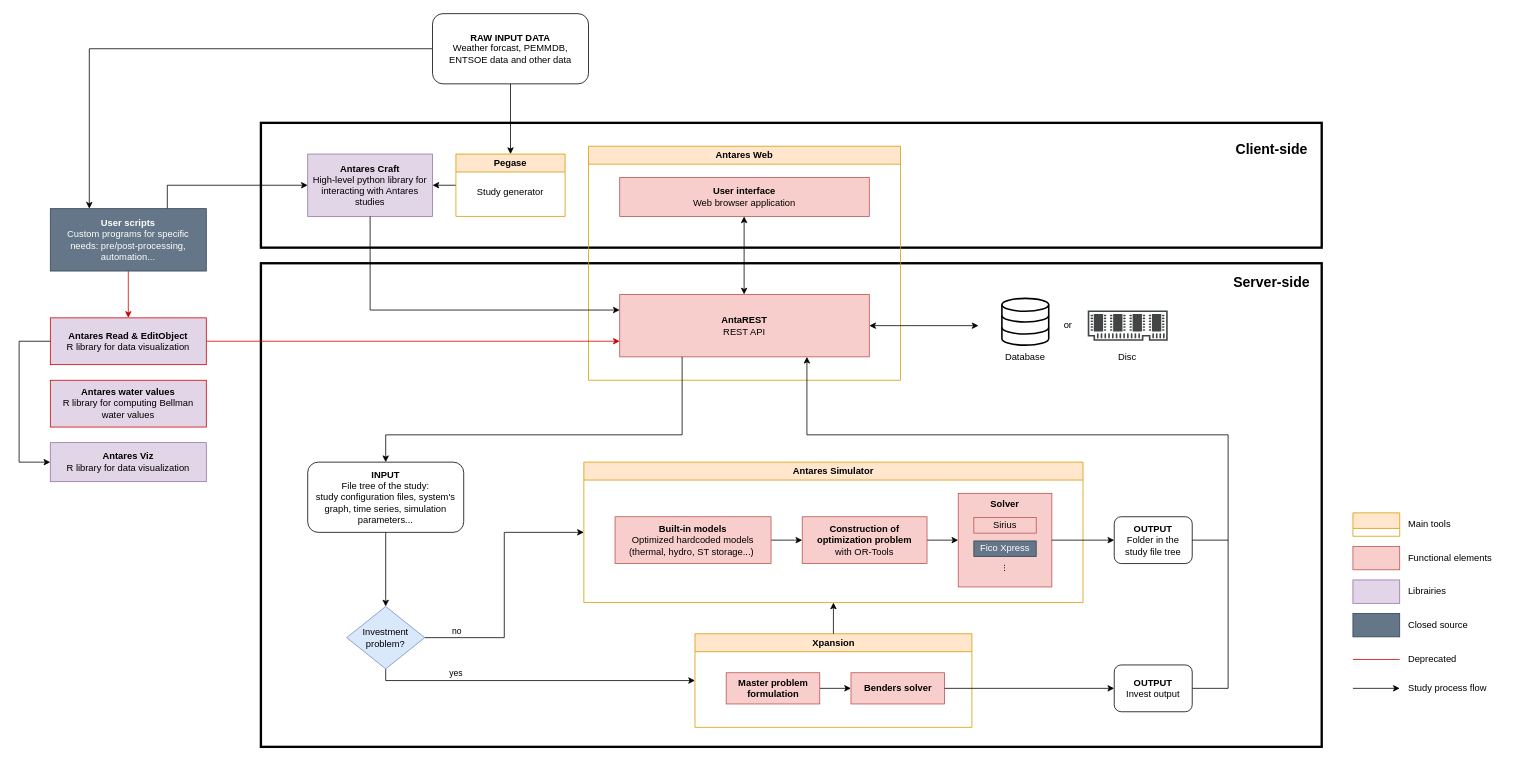
Earlier version of the draw.io diagram docs/assets/diagrams/architecture/base.drawio (AntaresSimulatorTeam/antares-doc). Source tidied: cells renumbered, new cells numbered last; positions are measured from the earlier drawing's top-left corner, leaving out a move shared by most shapes. Both pictures are drawn from the tidied source at 78%, with x=0, y=0 at pixel (19, 13).
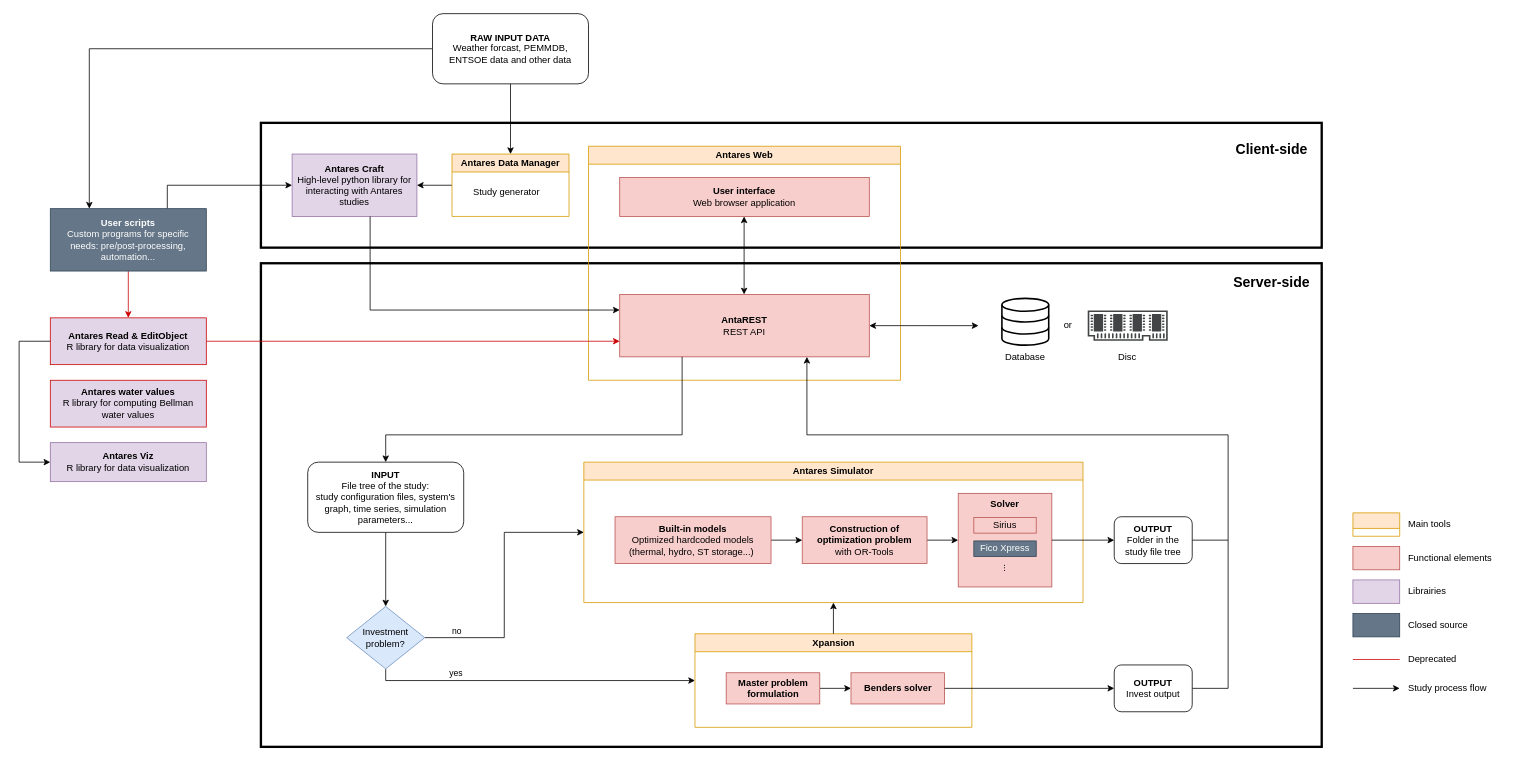
The same diagram, later.

The edit, as a diff of the source:
```diff
@@
     <mxCell id="47" value="&lt;b&gt;Antares Craft&lt;/b&gt;&lt;div&gt;High-level python library for interacting with Antares studies&lt;/div&gt;" style="rounded=0;whiteSpace=wrap;html=1;spacingLeft=5;spacingRight=5;fillColor=#e1d5e7;strokeColor=#9673a6;" parent="1" vertex="1">
-      <mxGeometry x="370" y="180" width="160" height="80" as="geometry" />
+      <mxGeometry x="350" y="180" width="160" height="80" as="geometry" />
     </mxCell>
-    <mxCell id="48" style="edgeStyle=orthogonalEdgeStyle;rounded=0;jettySize=auto;html=1;entryX=1;entryY=0.5;entryDx=0;entryDy=0;" parent="1" edge="1" target="47">
-      <mxGeometry relative="1" as="geometry">
-        <mxPoint x="560" y="220" as="sourcePoint" />
-      </mxGeometry>
-    </mxCell>
@@
+    <mxCell id="76" style="edgeStyle=none;html=1;entryX=1;entryY=0.5;entryDx=0;entryDy=0;" parent="1" edge="1" source="69" target="47">
+      <mxGeometry relative="1" as="geometry" />
+    </mxCell>
-    <mxCell id="69" value="Pegase" style="swimlane;whiteSpace=wrap;html=1;fillColor=#ffe6cc;strokeColor=#d79b00;" parent="1" vertex="1">
-      <mxGeometry x="560" y="180" width="140" height="80" as="geometry" />
+    <mxCell id="69" value="Antares Data Manager" style="swimlane;whiteSpace=wrap;html=1;fillColor=#ffe6cc;strokeColor=#d79b00;" parent="1" vertex="1">
+      <mxGeometry x="555" y="180" width="150" height="80" as="geometry" />
     </mxCell>
```
